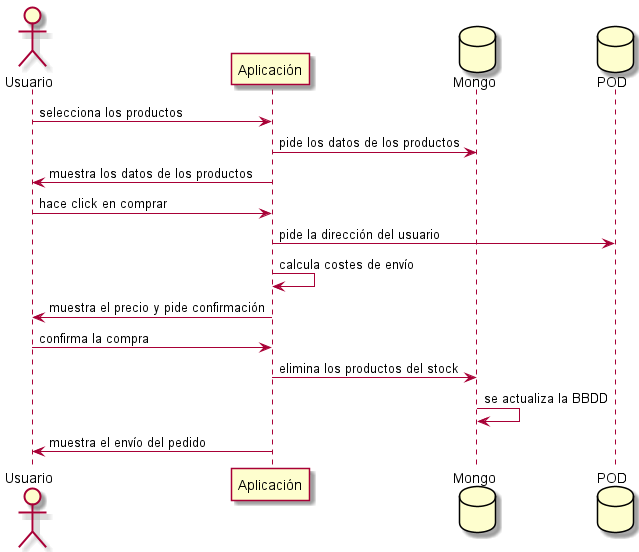
The PlantUML diagram images/Sequence diagram 2.png in Arquisoft/dede_es5c, before a commit. Source of this version:
```plantuml
@startuml
actor Usuario
participant Aplicación
database Mongo
database POD
Usuario -> Aplicación: selecciona los productos
Aplicación-> Mongo: pide los datos de los productos
Aplicación-> Usuario: muestra los datos de los productos
Usuario -> Aplicación: hace click en comprar
Aplicación-> POD: pide la dirección del usuario
Aplicación-> Aplicación: calcula costes de envío
Aplicación -> Usuario: muestra el precio y pide confirmación
Usuario -> Aplicación: confirma la compra
Aplicación-> Mongo: elimina los productos del stock
Mongo -> Mongo: se actualiza la BBDD
Aplicación -> Usuario: muestra el envío del pedido
@enduml
```
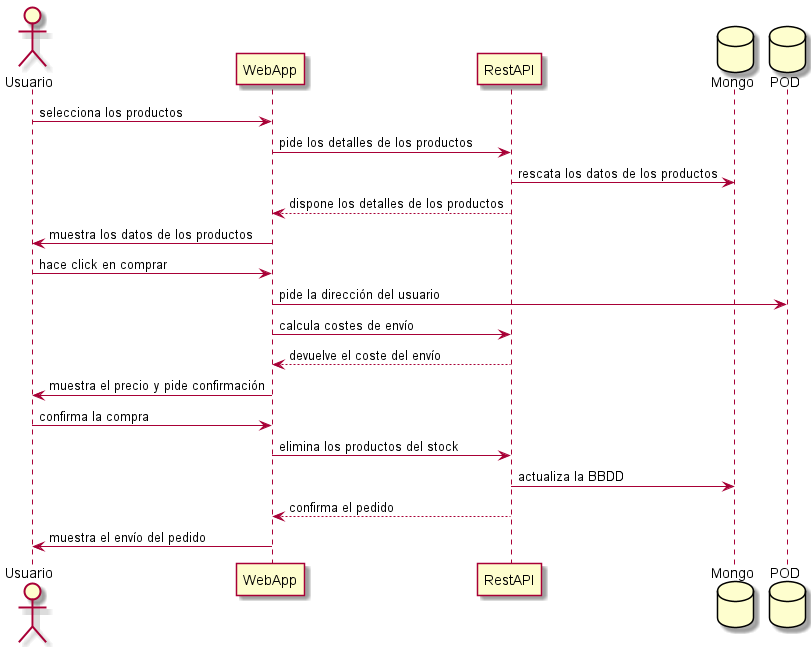
After the commit.

Change to the diagram source:
```diff
@@ -1,17 +1,22 @@
 @startuml
 actor Usuario
-participant Aplicación
+participant WebApp
+participant RestAPI
 database Mongo
 database POD
-Usuario -> Aplicación: selecciona los productos
-Aplicación-> Mongo: pide los datos de los productos
-Aplicación-> Usuario: muestra los datos de los productos
-Usuario -> Aplicación: hace click en comprar
-Aplicación-> POD: pide la dirección del usuario
-Aplicación-> Aplicación: calcula costes de envío
-Aplicación -> Usuario: muestra el precio y pide confirmación
-Usuario -> Aplicación: confirma la compra
-Aplicación-> Mongo: elimina los productos del stock
-Mongo -> Mongo: se actualiza la BBDD
-Aplicación -> Usuario: muestra el envío del pedido
+Usuario -> WebApp: selecciona los productos
+WebApp-> RestAPI: pide los detalles de los productos
+RestAPI-> Mongo: rescata los datos de los productos
+RestAPI--> WebApp: dispone los detalles de los productos
+WebApp-> Usuario: muestra los datos de los productos
+Usuario -> WebApp: hace click en comprar
+WebApp-> POD: pide la dirección del usuario
+WebApp-> RestAPI: calcula costes de envío
+RestAPI--> WebApp: devuelve el coste del envío
+WebApp -> Usuario: muestra el precio y pide confirmación
+Usuario -> WebApp: confirma la compra
+WebApp-> RestAPI: elimina los productos del stock
+RestAPI -> Mongo: actualiza la BBDD
+RestAPI--> WebApp: confirma el pedido
+WebApp -> Usuario: muestra el envío del pedido
 @enduml
```
